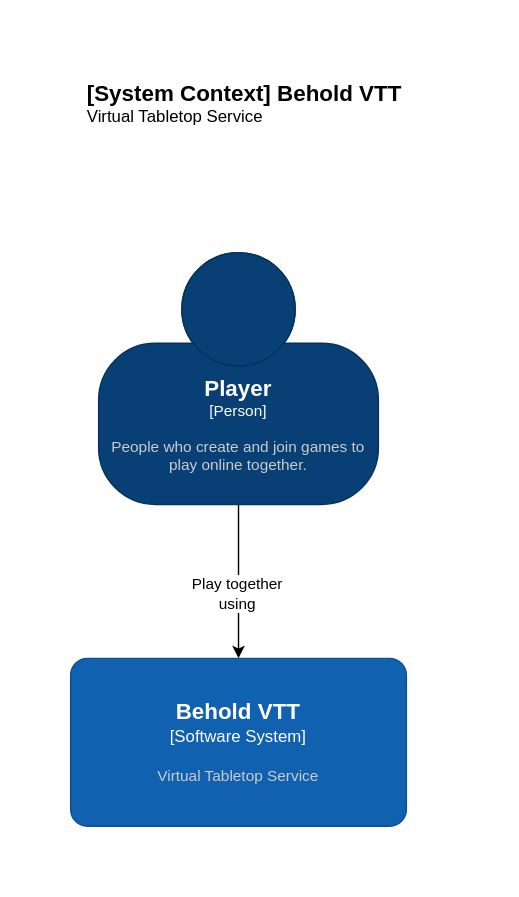
freeborough/behold keeps this draw.io diagram as doc/images/c4-context.drawio.svg. Above is the earlier version. Source tidied: cells renumbered, new cells last; positions are measured from the earlier drawing's top-left corner, leaving out a move shared by most shapes.
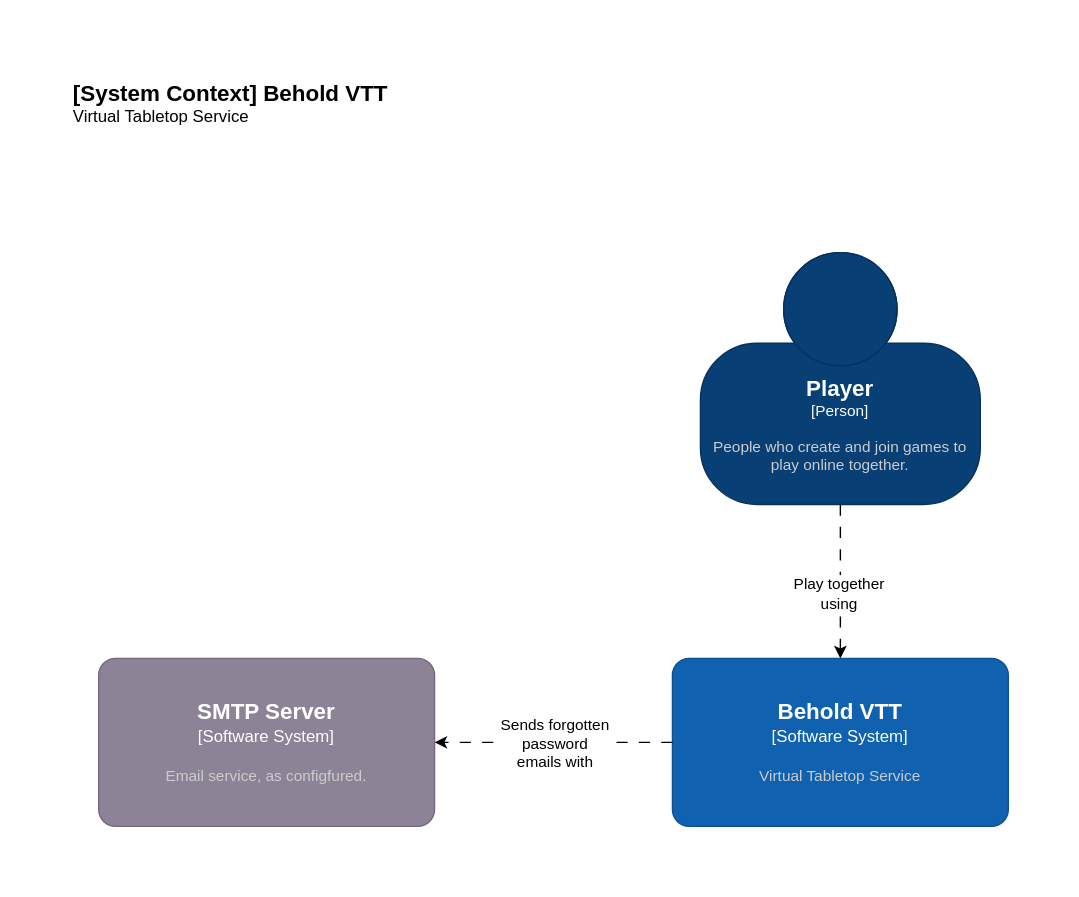
Later version of the same file.

Commit message:
Updated architecture to include sending emails.

What changed in the source:
```diff
@@ -4,10 +4,10 @@
     <mxCell id="1" parent="0" />
     <object id="2" label="&lt;font style=&quot;font-size: 16px&quot;&gt;&lt;b&gt;&lt;div style=&quot;text-align: left&quot;&gt;%c4Name%&lt;/div&gt;&lt;/b&gt;&lt;/font&gt;&lt;div style=&quot;text-align: left&quot;&gt;%c4Description%&lt;/div&gt;" c4Description="Virtual Tabletop Service" c4Name="[System Context] Behold VTT" c4Type="ContainerScopeBoundary" placeholders="1">
       <mxCell style="text;html=1;strokeColor=none;fillColor=none;align=left;verticalAlign=top;whiteSpace=wrap;rounded=0;" parent="1" vertex="1">
-        <mxGeometry x="10" width="260" height="40" as="geometry" />
+        <mxGeometry x="-430" width="260" height="40" as="geometry" />
       </mxCell>
     </object>
-    <mxCell id="3" style="edgeStyle=orthogonalEdgeStyle;rounded=0;jettySize=auto;html=1;" parent="1" edge="1" source="5" target="6">
+    <mxCell id="3" style="edgeStyle=orthogonalEdgeStyle;rounded=0;jettySize=auto;html=1;dashed=1;dashPattern=8 8;" parent="1" edge="1" source="5" target="6">
       <mxGeometry relative="1" as="geometry" />
     </mxCell>
     <mxCell id="4" value="Play together&lt;br&gt;using" style="edgeLabel;html=1;align=center;verticalAlign=middle;" parent="3" vertex="1">
@@ -23,5 +23,16 @@
         <mxGeometry y="420" width="240" height="120" as="geometry" />
       </mxCell>
     </object>
+    <object id="7" label="&lt;font style=&quot;font-size: 16px&quot;&gt;&lt;b&gt;%c4Name%&lt;/b&gt;&lt;/font&gt;&lt;div&gt;[%c4Type%]&lt;/div&gt;&lt;br&gt;&lt;div&gt;&lt;font style=&quot;font-size: 11px&quot;&gt;&lt;font color=&quot;#cccccc&quot;&gt;%c4Description%&lt;/font&gt;&lt;/div&gt;" c4Description="Email service, as configfured." c4Name="SMTP Server" c4Type="Software System" placeholders="1">
+      <mxCell style="rounded=1;whiteSpace=wrap;html=1;labelBackgroundColor=none;fillColor=#8C8496;fontColor=#ffffff;align=center;arcSize=10;strokeColor=#736782;points=[[0.25,0,0],[0.5,0,0],[0.75,0,0],[1,0.25,0],[1,0.5,0],[1,0.75,0],[0.75,1,0],[0.5,1,0],[0.25,1,0],[0,0.75,0],[0,0.5,0],[0,0.25,0]];" parent="1" vertex="1">
+        <mxGeometry x="-410" y="420" width="240" height="120" as="geometry" />
+      </mxCell>
+    </object>
+    <mxCell id="8" style="edgeStyle=orthogonalEdgeStyle;rounded=0;jettySize=auto;html=1;exitX=0;exitY=0.5;exitDx=0;exitDy=0;exitPerimeter=0;entryX=1;entryY=0.5;entryDx=0;entryDy=0;entryPerimeter=0;dashed=1;dashPattern=8 8;" parent="1" edge="1" source="6" target="7">
+      <mxGeometry relative="1" as="geometry" />
+    </mxCell>
+    <mxCell id="9" value="Sends forgotten&lt;br&gt;password&lt;br&gt;emails with" style="edgeLabel;html=1;align=center;verticalAlign=middle;" parent="8" vertex="1">
+      <mxGeometry relative="1" as="geometry" />
+    </mxCell>
   </root>
 </mxGraphModel>
```
